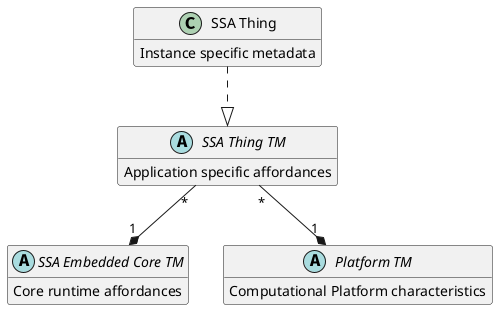
Earlier version of the PlantUML export uml/tm_relations.png (les2feup/CityLink).
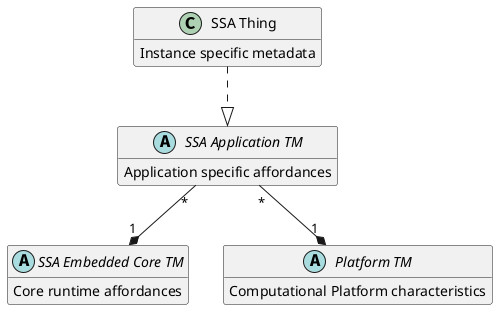
The same file after the commit.

Change to the diagram source:
```diff
@@ -4,7 +4,7 @@
         Instance specific metadata
     }
 
-abstract class "SSA Thing TM" as ttm {
+abstract class "SSA Application TM" as ttm {
         Application specific affordances
     }
 
```
